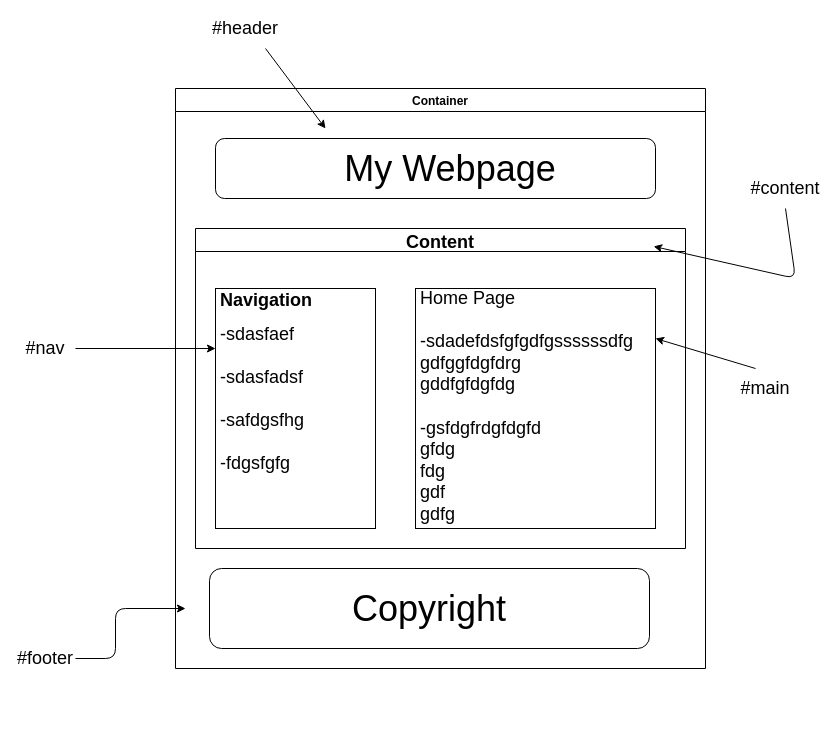
Above: design.drawio in cCringy/programming-cringy (draw.io), before the change. Source tidied: cells renumbered, new cells numbered last; positions are measured from the earlier drawing's top-left corner, leaving out a move shared by most shapes. Both pictures are drawn from the tidied source at 100%, with x=0, y=0 at pixel (25, 18).
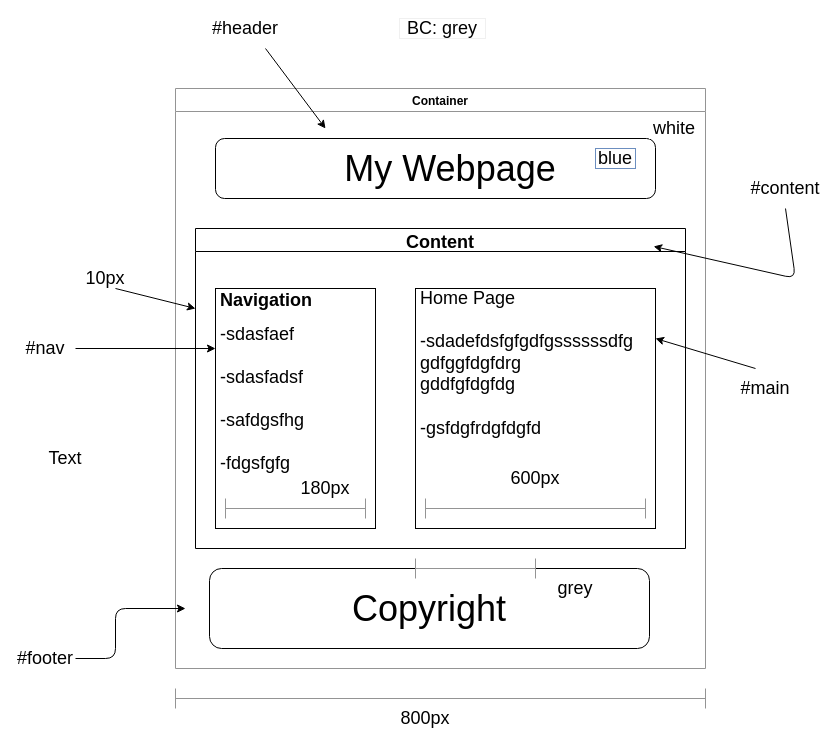
The same diagram, later.

The change refers to these unchanged cells:
```xml
<mxCell id="11" value="Content" style="swimlane;fontSize=18;" parent="2" vertex="1">
  <mxGeometry x="20" y="140" width="490" height="320" as="geometry" />
</mxCell>
```

What changed in the source:
```diff
@@
-    <mxCell id="2" value="Container" style="swimlane;" parent="1" vertex="1">
+    <mxCell id="2" value="Container" style="swimlane;fillColor=none;strokeColor=#949494;" parent="1" vertex="1">
       <mxGeometry x="150" y="70" width="530" height="580" as="geometry" />
     </mxCell>
@@
-    <mxCell id="10" value="Home Page&amp;nbsp;&lt;br&gt;&lt;br&gt;-sdadefdsfgfgdfgssssssdfg&lt;br&gt;gdfggfdgfdrg&lt;br&gt;gddfgfdgfdg&lt;br&gt;&lt;br&gt;-gsfdgfrdgfdgfd&lt;br&gt;gfdg&lt;br&gt;fdg&lt;br&gt;gdf&lt;br&gt;gdfg" style="text;html=1;strokeColor=none;fillColor=none;spacing=5;spacingTop=-20;whiteSpace=wrap;overflow=hidden;rounded=0;fontSize=18;" parent="2" vertex="1">
+    <mxCell id="10" value="Home Page&amp;nbsp;&lt;br&gt;&lt;br&gt;-sdadefdsfgfgdfgssssssdfg&lt;br&gt;gdfggfdgfdrg&lt;br&gt;gddfgfdgfdg&lt;br&gt;&lt;br&gt;-gsfdgfrdgfdgfd&lt;br&gt;" style="text;html=1;strokeColor=none;fillColor=none;spacing=5;spacingTop=-20;whiteSpace=wrap;overflow=hidden;rounded=0;fontSize=18;" parent="2" vertex="1">
       <mxGeometry x="240" y="210" width="240" height="230" as="geometry" />
     </mxCell>
@@
+    <mxCell id="22" value="600px" style="text;html=1;strokeColor=none;fillColor=none;align=center;verticalAlign=middle;whiteSpace=wrap;rounded=0;sketch=0;fontSize=18;" parent="11" vertex="1">
+      <mxGeometry x="320" y="240" width="40" height="20" as="geometry" />
+    </mxCell>
+    <mxCell id="23" style="shape=crossbar;whiteSpace=wrap;html=1;rounded=1;sketch=0;strokeColor=#949494;fillColor=none;gradientColor=#ffffff;fontSize=18;" parent="11" vertex="1">
+      <mxGeometry x="30" y="270" width="140" height="20" as="geometry" />
+    </mxCell>
+    <mxCell id="24" value="180px" style="text;html=1;strokeColor=none;fillColor=none;align=center;verticalAlign=middle;whiteSpace=wrap;rounded=0;sketch=0;fontSize=18;" parent="11" vertex="1">
+      <mxGeometry x="110" y="250" width="40" height="20" as="geometry" />
+    </mxCell>
+    <mxCell id="25" value="white" style="text;html=1;align=center;verticalAlign=middle;whiteSpace=wrap;rounded=0;fontSize=18;sketch=0;gradientColor=#b3b3b3;strokeColor=#FFFFFF;" parent="2" vertex="1">
+      <mxGeometry x="474" y="30" width="50" height="20" as="geometry" />
+    </mxCell>
+    <mxCell id="26" value="blue" style="text;html=1;strokeColor=#6c8ebf;align=center;verticalAlign=middle;whiteSpace=wrap;rounded=0;sketch=0;fontSize=18;gradientColor=#7ea6e0;" parent="2" vertex="1">
+      <mxGeometry x="420" y="60" width="40" height="20" as="geometry" />
+    </mxCell>
+    <mxCell id="27" value="grey" style="text;html=1;strokeColor=none;fillColor=none;align=center;verticalAlign=middle;whiteSpace=wrap;rounded=0;sketch=0;fontSize=18;" parent="2" vertex="1">
+      <mxGeometry x="380" y="490" width="40" height="20" as="geometry" />
+    </mxCell>
+    <mxCell id="28" style="shape=crossbar;whiteSpace=wrap;html=1;rounded=1;sketch=0;strokeColor=#949494;fillColor=none;gradientColor=#ffffff;fontSize=18;" parent="2" vertex="1">
+      <mxGeometry x="250" y="410" width="220" height="20" as="geometry" />
+    </mxCell>
@@
+    <mxCell id="29" value="BC: grey" style="text;html=1;align=center;verticalAlign=middle;whiteSpace=wrap;rounded=0;fontSize=18;gradientColor=#ffffff;strokeColor=#f0f0f0;" parent="1" vertex="1">
+      <mxGeometry x="374" width="86" height="20" as="geometry" />
+    </mxCell>
+    <mxCell id="30" value="Text" style="text;html=1;strokeColor=none;fillColor=none;align=center;verticalAlign=middle;whiteSpace=wrap;rounded=0;sketch=0;fontSize=18;" parent="1" vertex="1">
+      <mxGeometry x="20" y="430" width="40" height="20" as="geometry" />
+    </mxCell>
+    <mxCell id="31" style="shape=crossbar;whiteSpace=wrap;html=1;rounded=1;sketch=0;strokeColor=#949494;fillColor=none;gradientColor=#ffffff;fontSize=18;" parent="1" vertex="1">
+      <mxGeometry x="390" y="540" width="120" height="20" as="geometry" />
+    </mxCell>
+    <mxCell id="32" style="shape=crossbar;whiteSpace=wrap;html=1;rounded=1;sketch=0;strokeColor=#949494;fillColor=none;gradientColor=#ffffff;fontSize=18;" parent="1" vertex="1">
+      <mxGeometry x="150" y="670" width="530" height="20" as="geometry" />
+    </mxCell>
+    <mxCell id="33" value="800px" style="text;html=1;strokeColor=none;fillColor=none;align=center;verticalAlign=middle;whiteSpace=wrap;rounded=0;sketch=0;fontSize=18;" parent="1" vertex="1">
+      <mxGeometry x="380" y="690" width="40" height="20" as="geometry" />
+    </mxCell>
+    <mxCell id="34" value="10px" style="text;html=1;strokeColor=none;fillColor=none;align=center;verticalAlign=middle;whiteSpace=wrap;rounded=0;sketch=0;fontSize=18;" parent="1" vertex="1">
+      <mxGeometry x="60" y="250" width="40" height="20" as="geometry" />
+    </mxCell>
+    <mxCell id="35" style="endArrow=classic;html=1;fontSize=18;entryX=0;entryY=0.25;entryDx=0;entryDy=0;" parent="1" edge="1" target="11">
+      <mxGeometry relative="1" as="geometry">
+        <mxPoint x="90" y="270" as="sourcePoint" />
+      </mxGeometry>
+    </mxCell>
```
